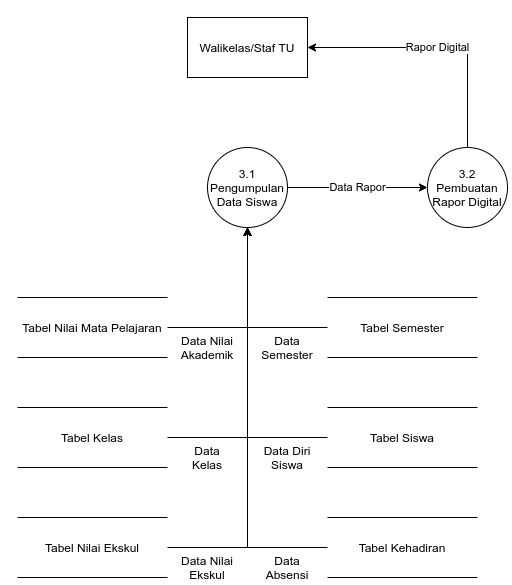
Earlier version of the draw.io export Flow and Other Stuff/DFD Level 2(3.0).png (harizMunawar/Laporan-REI). Source tidied: cells renumbered, new cells last; positions are measured from the earlier drawing's top-left corner, leaving out a move shared by most shapes.
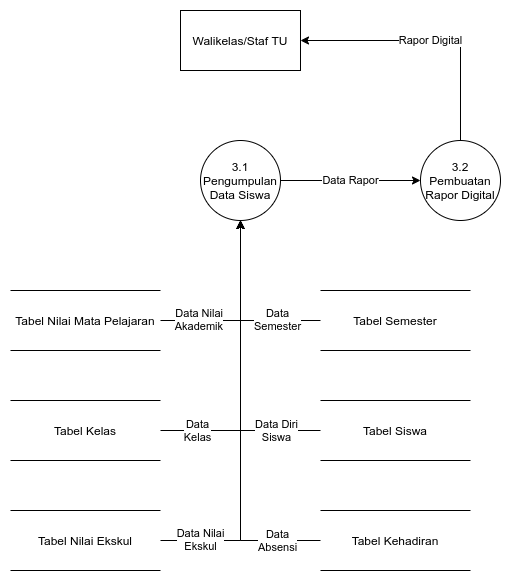
The same diagram one commit later.

Change to the diagram source:
```diff
@@ -2,7 +2,7 @@
   <root>
     <mxCell id="0" />
     <mxCell id="1" parent="0" />
-    <mxCell id="2" style="edgeStyle=orthogonalEdgeStyle;rounded=0;jettySize=auto;html=1;exitX=0;exitY=0.5;exitDx=0;exitDy=0;" parent="1" edge="1" source="3">
+    <mxCell id="2" value="Data Diri&lt;br&gt;Siswa" style="edgeStyle=orthogonalEdgeStyle;rounded=0;jettySize=auto;html=1;exitX=0;exitY=0.5;exitDx=0;exitDy=0;labelPosition=center;verticalLabelPosition=bottom;align=center;verticalAlign=top;spacingTop=46;spacingLeft=72;" parent="1" edge="1" source="3">
       <mxGeometry relative="1" as="geometry">
         <mxPoint x="230" y="210" as="targetPoint" />
       </mxGeometry>
@@ -10,25 +10,25 @@
     <mxCell id="3" value="Tabel Siswa" style="shape=partialRectangle;whiteSpace=wrap;html=1;left=0;right=0;fillColor=none;" parent="1" vertex="1">
       <mxGeometry x="310" y="390" width="150" height="60" as="geometry" />
     </mxCell>
-    <mxCell id="4" style="edgeStyle=orthogonalEdgeStyle;rounded=0;jettySize=auto;html=1;exitX=0;exitY=0.5;exitDx=0;exitDy=0;entryX=0.5;entryY=1;entryDx=0;entryDy=0;" parent="1" edge="1" source="5" target="15">
+    <mxCell id="4" value="Data&lt;br&gt;Semester" style="edgeStyle=orthogonalEdgeStyle;rounded=0;jettySize=auto;html=1;exitX=0;exitY=0.5;exitDx=0;exitDy=0;entryX=0.5;entryY=1;entryDx=0;entryDy=0;labelPosition=center;verticalLabelPosition=middle;align=center;verticalAlign=middle;spacingTop=18;spacingLeft=73;" parent="1" edge="1" source="5" target="15">
       <mxGeometry relative="1" as="geometry" />
     </mxCell>
     <mxCell id="5" value="Tabel Semester" style="shape=partialRectangle;whiteSpace=wrap;html=1;left=0;right=0;fillColor=none;" parent="1" vertex="1">
       <mxGeometry x="310" y="280" width="150" height="60" as="geometry" />
     </mxCell>
-    <mxCell id="6" style="edgeStyle=orthogonalEdgeStyle;rounded=0;jettySize=auto;html=1;exitX=1;exitY=0.5;exitDx=0;exitDy=0;entryX=0.5;entryY=1;entryDx=0;entryDy=0;" parent="1" edge="1" source="7" target="15">
+    <mxCell id="6" value="Data&lt;br&gt;Kelas" style="edgeStyle=orthogonalEdgeStyle;rounded=0;jettySize=auto;html=1;exitX=1;exitY=0.5;exitDx=0;exitDy=0;entryX=0.5;entryY=1;entryDx=0;entryDy=0;labelPosition=center;verticalLabelPosition=bottom;align=center;verticalAlign=top;spacingTop=46;spacingRight=86;" parent="1" edge="1" source="7" target="15">
       <mxGeometry relative="1" as="geometry" />
     </mxCell>
     <mxCell id="7" value="Tabel Kelas" style="shape=partialRectangle;whiteSpace=wrap;html=1;left=0;right=0;fillColor=none;" parent="1" vertex="1">
       <mxGeometry y="390" width="150" height="60" as="geometry" />
     </mxCell>
-    <mxCell id="8" style="edgeStyle=orthogonalEdgeStyle;rounded=0;jettySize=auto;html=1;exitX=1;exitY=0.5;exitDx=0;exitDy=0;entryX=0.5;entryY=1;entryDx=0;entryDy=0;" parent="1" edge="1" source="9" target="15">
+    <mxCell id="8" value="Data Nilai&lt;br&gt;Akademik" style="edgeStyle=orthogonalEdgeStyle;rounded=0;jettySize=auto;html=1;exitX=1;exitY=0.5;exitDx=0;exitDy=0;entryX=0.5;entryY=1;entryDx=0;entryDy=0;labelPosition=left;verticalLabelPosition=bottom;align=right;verticalAlign=top;spacingTop=-10;spacingLeft=0;spacingRight=16;" parent="1" edge="1" source="9" target="15">
       <mxGeometry relative="1" as="geometry" />
     </mxCell>
     <mxCell id="9" value="Tabel Nilai Mata Pelajaran" style="shape=partialRectangle;whiteSpace=wrap;html=1;left=0;right=0;fillColor=none;" parent="1" vertex="1">
       <mxGeometry y="280" width="150" height="60" as="geometry" />
     </mxCell>
-    <mxCell id="10" style="edgeStyle=orthogonalEdgeStyle;rounded=0;jettySize=auto;html=1;exitX=0;exitY=0.5;exitDx=0;exitDy=0;" parent="1" edge="1" source="11">
+    <mxCell id="10" value="Data&lt;br&gt;Absensi" style="edgeStyle=orthogonalEdgeStyle;rounded=0;jettySize=auto;html=1;exitX=0;exitY=0.5;exitDx=0;exitDy=0;labelPosition=center;verticalLabelPosition=bottom;align=center;verticalAlign=top;spacingTop=101;spacingLeft=73;" parent="1" edge="1" source="11">
       <mxGeometry relative="1" as="geometry">
         <mxPoint x="230" y="210" as="targetPoint" />
       </mxGeometry>
@@ -36,7 +36,7 @@
     <mxCell id="11" value="Tabel Kehadiran" style="shape=partialRectangle;whiteSpace=wrap;html=1;left=0;right=0;fillColor=none;" parent="1" vertex="1">
       <mxGeometry x="310" y="500" width="150" height="60" as="geometry" />
     </mxCell>
-    <mxCell id="12" style="edgeStyle=orthogonalEdgeStyle;rounded=0;jettySize=auto;html=1;exitX=1;exitY=0.5;exitDx=0;exitDy=0;entryX=0.5;entryY=1;entryDx=0;entryDy=0;" parent="1" edge="1" source="13" target="15">
+    <mxCell id="12" value="Data Nilai&lt;br&gt;Ekskul" style="edgeStyle=orthogonalEdgeStyle;rounded=0;jettySize=auto;html=1;exitX=1;exitY=0.5;exitDx=0;exitDy=0;entryX=0.5;entryY=1;entryDx=0;entryDy=0;labelPosition=center;verticalLabelPosition=bottom;align=center;verticalAlign=top;spacingTop=100;spacingRight=80;" parent="1" edge="1" source="13" target="15">
       <mxGeometry relative="1" as="geometry" />
     </mxCell>
     <mxCell id="13" value="Tabel Nilai Ekskul" style="shape=partialRectangle;whiteSpace=wrap;html=1;left=0;right=0;fillColor=none;" parent="1" vertex="1">
@@ -48,24 +48,6 @@
     <mxCell id="15" value="3.1&lt;br&gt;Pengumpulan&lt;br&gt;Data Siswa" style="ellipse;whiteSpace=wrap;html=1;" parent="1" vertex="1">
       <mxGeometry x="190" y="130" width="80" height="80" as="geometry" />
     </mxCell>
-    <mxCell id="16" value="Data Nilai Ekskul" style="text;html=1;strokeColor=none;fillColor=none;align=center;verticalAlign=middle;whiteSpace=wrap;rounded=0;" parent="1" vertex="1">
-      <mxGeometry x="160" y="540" width="60" height="20" as="geometry" />
-    </mxCell>
-    <mxCell id="17" value="Data Absensi" style="text;html=1;strokeColor=none;fillColor=none;align=center;verticalAlign=middle;whiteSpace=wrap;rounded=0;" parent="1" vertex="1">
-      <mxGeometry x="240" y="540" width="60" height="20" as="geometry" />
-    </mxCell>
-    <mxCell id="18" value="Data Diri Siswa" style="text;html=1;strokeColor=none;fillColor=none;align=center;verticalAlign=middle;whiteSpace=wrap;rounded=0;" parent="1" vertex="1">
-      <mxGeometry x="240" y="430" width="60" height="20" as="geometry" />
-    </mxCell>
-    <mxCell id="19" value="Data Semester" style="text;html=1;strokeColor=none;fillColor=none;align=center;verticalAlign=middle;whiteSpace=wrap;rounded=0;" parent="1" vertex="1">
-      <mxGeometry x="240" y="320" width="60" height="20" as="geometry" />
-    </mxCell>
-    <mxCell id="20" value="Data Nilai Akademik" style="text;html=1;strokeColor=none;fillColor=none;align=center;verticalAlign=middle;whiteSpace=wrap;rounded=0;" parent="1" vertex="1">
-      <mxGeometry x="160" y="320" width="60" height="20" as="geometry" />
-    </mxCell>
-    <mxCell id="21" value="Data Kelas" style="text;html=1;strokeColor=none;fillColor=none;align=center;verticalAlign=middle;whiteSpace=wrap;rounded=0;" parent="1" vertex="1">
-      <mxGeometry x="160" y="430" width="60" height="20" as="geometry" />
-    </mxCell>
     <mxCell id="22" value="Rapor Digital" style="edgeStyle=orthogonalEdgeStyle;rounded=0;jettySize=auto;html=1;exitX=0.5;exitY=0;exitDx=0;exitDy=0;entryX=1;entryY=0.5;entryDx=0;entryDy=0;" parent="1" edge="1" source="23" target="24">
       <mxGeometry relative="1" as="geometry" />
     </mxCell>
```
